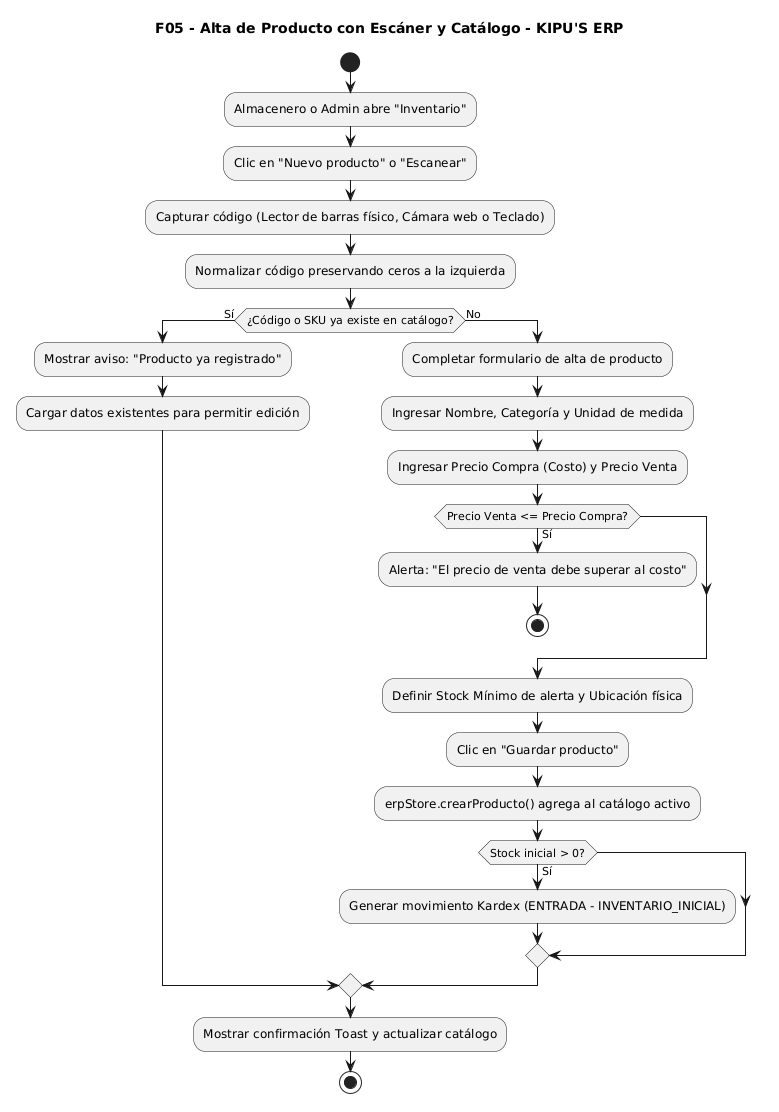
xmenil/ERP-KIPUS keeps this PlantUML diagram as docs/UML-flujos/imagenes/05_inventario_escaner_catalogo.png. Above is the earlier version.
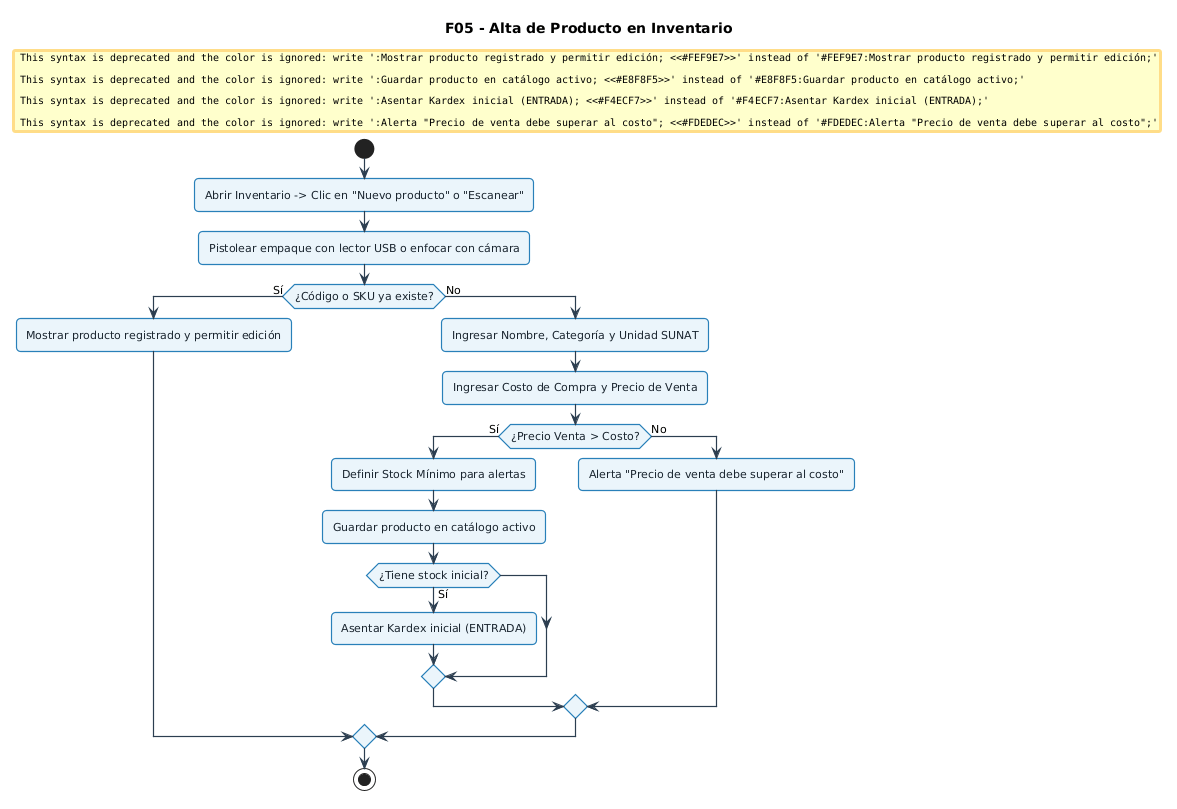
The same diagram one commit later.

Change to the diagram source:
```diff
@@ -1,36 +1,50 @@
 @startuml
-skinparam monochrome true
+skinparam defaultFontName "Segoe UI", Arial, sans-serif
+skinparam defaultFontSize 11
+skinparam roundCorner 8
 skinparam shadowing false
+skinparam ArrowColor #2C3E50
+skinparam ArrowThickness 1.2
 
-title F05 - Alta de Producto con Escáner y Catálogo - KIPU'S ERP
+skinparam activity {
+  BackgroundColor #EBF5FB
+  BorderColor #2980B9
+  BorderThickness 1.2
+  FontColor #1A252F
+}
+skinparam decision {
+  BackgroundColor #FEF9E7
+  BorderColor #F39C12
+  BorderThickness 1.2
+  FontColor #7D6608
+}
+skinparam start {
+  Color #27AE60
+}
+skinparam stop {
+  Color #C0392B
+}
+
+title F05 - Alta de Producto en Inventario
 
 start
-:Almacenero o Admin abre "Inventario";
-:Clic en "Nuevo producto" o "Escanear";
-:Capturar código (Lector de barras físico, Cámara web o Teclado);
-:Normalizar código preservando ceros a la izquierda;
+:Abrir Inventario -> Clic en "Nuevo producto" o "Escanear";
+:Pistolear empaque con lector USB o enfocar con cámara;
 
-if (¿Código o SKU ya existe en catálogo?) then (Sí)
-  :Mostrar aviso: "Producto ya registrado";
-  :Cargar datos existentes para permitir edición;
+if (¿Código o SKU ya existe?) then (Sí)
+  #FEF9E7:Mostrar producto registrado y permitir edición;
 else (No)
-  :Completar formulario de alta de producto;
-  :Ingresar Nombre, Categoría y Unidad de medida;
-  :Ingresar Precio Compra (Costo) y Precio Venta;
-
-  if (Precio Venta <= Precio Compra?) then (Sí)
-    :Alerta: "El precio de venta debe superar al costo";
-    stop
-  endif
-
-  :Definir Stock Mínimo de alerta y Ubicación física;
-  :Clic en "Guardar producto";
-  :erpStore.crearProducto() agrega al catálogo activo;
-
-  if (Stock inicial > 0?) then (Sí)
-    :Generar movimiento Kardex (ENTRADA - INVENTARIO_INICIAL);
+  :Ingresar Nombre, Categoría y Unidad SUNAT;
+  :Ingresar Costo de Compra y Precio de Venta;
+  if (¿Precio Venta > Costo?) then (Sí)
+    :Definir Stock Mínimo para alertas;
+    #E8F8F5:Guardar producto en catálogo activo;
+    if (¿Tiene stock inicial?) then (Sí)
+      #F4ECF7:Asentar Kardex inicial (ENTRADA);
+    endif
+  else (No)
+    #FDEDEC:Alerta "Precio de venta debe superar al costo";
   endif
 endif
-:Mostrar confirmación Toast y actualizar catálogo;
 stop
 @enduml
```
